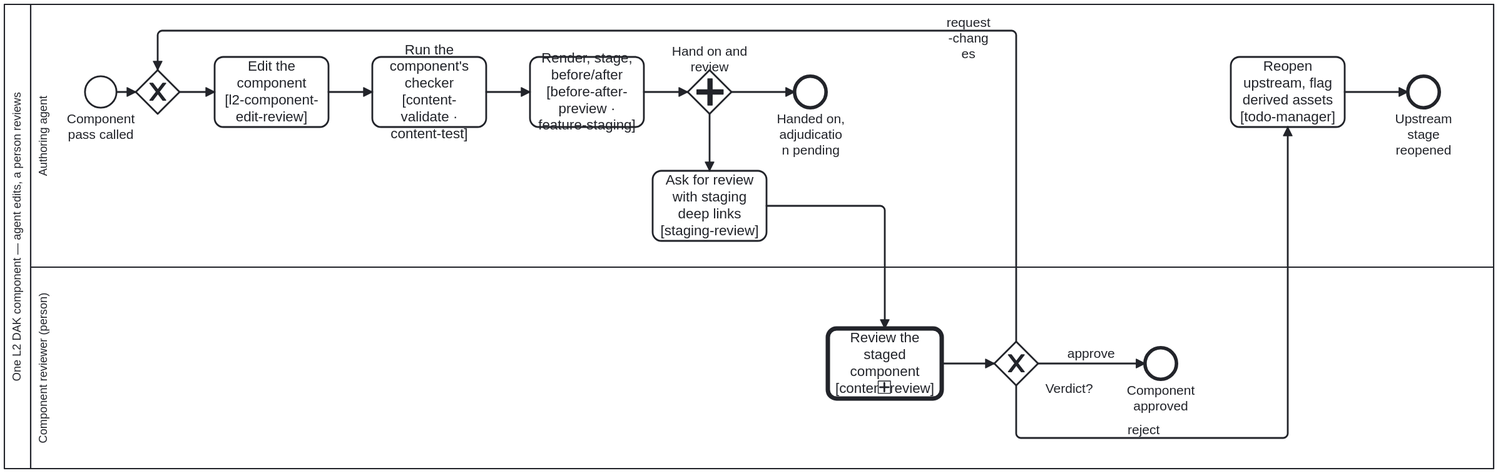
This is smart-base/processes/content/l2-component-edit-review.svg from litlfred/smart-base, a BPMN export, as it was before one commit. Its source is kept beside it as smart-base/processes/content/l2-component-edit-review.bpmn. Ids are renumbered.
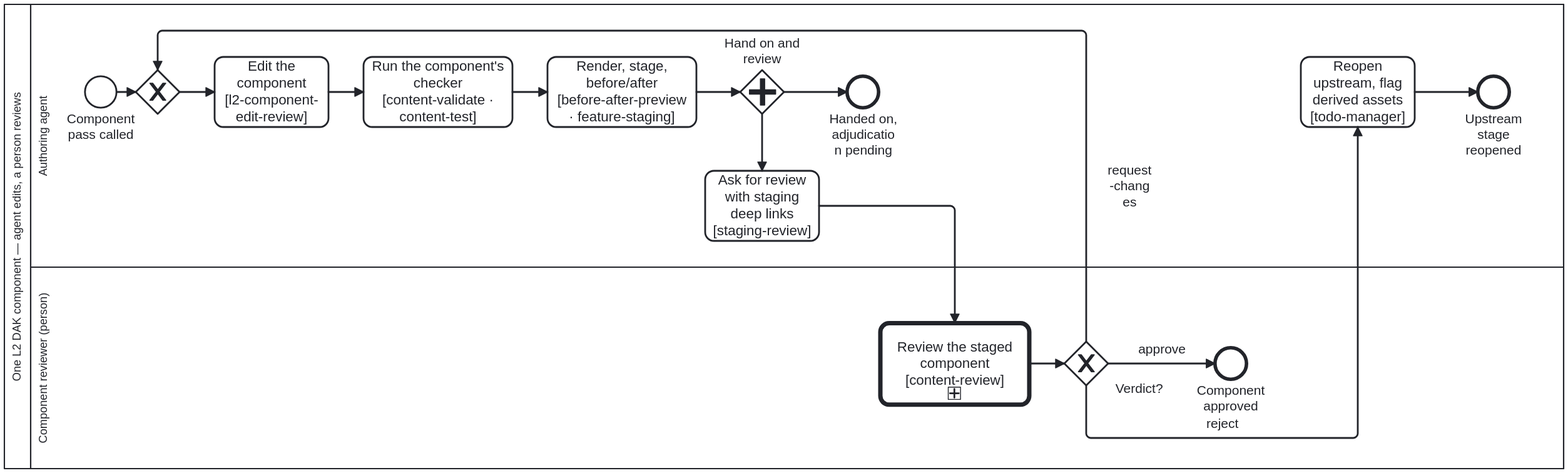
Above is the later version.

The edit, as a diff of the source:
```diff
@@ -168,20 +168,18 @@
   <bpmndi:BPMNDiagram id="BPMNDiagram_L2ComponentEditReview">
     <bpmndi:BPMNPlane id="BPMNPlane_L2ComponentEditReview" bpmnElement="Collaboration_L2ComponentEditReview">
       <bpmndi:BPMNShape id="Participant_L2ComponentEditReview_di" bpmnElement="Participant_L2ComponentEditReview" isHorizontal="true">
-        <dc:Bounds x="160" y="80" width="1700" height="530" />
+        <dc:Bounds x="160" y="80" width="1780" height="530" />
       </bpmndi:BPMNShape>
       <bpmndi:BPMNShape id="Lane_Agent_di" bpmnElement="Lane_Agent" isHorizontal="true">
-        <dc:Bounds x="190" y="80" width="1670" height="300" />
+        <dc:Bounds x="190" y="80" width="1750" height="300" />
       </bpmndi:BPMNShape>
       <bpmndi:BPMNShape id="Lane_Reviewer_di" bpmnElement="Lane_Reviewer" isHorizontal="true">
-        <dc:Bounds x="190" y="380" width="1670" height="230" />
+        <dc:Bounds x="190" y="380" width="1750" height="230" />
       </bpmndi:BPMNShape>
       <bpmndi:BPMNShape id="Start_ComponentPass_di" bpmnElement="Start_ComponentPass">
         <dc:Bounds x="252" y="162" width="36" height="36" />
-        <bpmndi:BPMNLabel>
-          <dc:Bounds x="232" y="202" width="76" height="27" />
-        </bpmndi:BPMNLabel>
-      </bpmndi:BPMNShape>
+
+      <bpmndi:BPMNLabel><dc:Bounds x="229.14" y="202" width="81.72" height="36" /></bpmndi:BPMNLabel></bpmndi:BPMNShape>
       <bpmndi:BPMNShape id="Gateway_Rework_di" bpmnElement="Gateway_Rework" isMarkerVisible="true">
         <dc:Bounds x="310" y="155" width="50" height="50" />
       </bpmndi:BPMNShape>
@@ -189,50 +187,48 @@
         <dc:Bounds x="400" y="140" width="130" height="80" />
       </bpmndi:BPMNShape>
       <bpmndi:BPMNShape id="Task_Check_di" bpmnElement="Task_Check">
-        <dc:Bounds x="580" y="140" width="130" height="80" />
+        <dc:Bounds x="570" y="140" width="170" height="80" />
       </bpmndi:BPMNShape>
       <bpmndi:BPMNShape id="Task_RenderStage_di" bpmnElement="Task_RenderStage">
-        <dc:Bounds x="760" y="140" width="130" height="80" />
+        <dc:Bounds x="780" y="140" width="170" height="80" />
       </bpmndi:BPMNShape>
       <bpmndi:BPMNShape id="Gateway_HandOnFork_di" bpmnElement="Gateway_HandOnFork">
-        <dc:Bounds x="940" y="155" width="50" height="50" />
-        <bpmndi:BPMNLabel>
-          <dc:Bounds x="915" y="125" width="100" height="27" />
-        </bpmndi:BPMNLabel>
-      </bpmndi:BPMNShape>
+        <dc:Bounds x="1000" y="155" width="50" height="50" />
+
+      <bpmndi:BPMNLabel><dc:Bounds x="975" y="116" width="100" height="35" /></bpmndi:BPMNLabel></bpmndi:BPMNShape>
       <bpmndi:BPMNShape id="End_HandedOn_di" bpmnElement="End_HandedOn">
-        <dc:Bounds x="1062" y="162" width="36" height="36" />
-        <bpmndi:BPMNLabel>
-          <dc:Bounds x="1025" y="202" width="110" height="40" />
-        </bpmndi:BPMNLabel>
-      </bpmndi:BPMNShape>
+        <dc:Bounds x="1122" y="162" width="36" height="36" />
+
+      <bpmndi:BPMNLabel>
+          <dc:Bounds x="1085" y="202" width="110" height="40" />
+        </bpmndi:BPMNLabel></bpmndi:BPMNShape>
       <bpmndi:BPMNShape id="Task_RequestReview_di" bpmnElement="Task_RequestReview">
-        <dc:Bounds x="900" y="270" width="130" height="80" />
+        <dc:Bounds x="960" y="270" width="130" height="80" />
       </bpmndi:BPMNShape>
       <bpmndi:BPMNShape id="Task_ReopenUpstream_di" bpmnElement="Task_ReopenUpstream">
-        <dc:Bounds x="1560" y="140" width="130" height="80" />
+        <dc:Bounds x="1640" y="140" width="130" height="80" />
       </bpmndi:BPMNShape>
       <bpmndi:BPMNShape id="End_Reopened_di" bpmnElement="End_Reopened">
-        <dc:Bounds x="1762" y="162" width="36" height="36" />
-        <bpmndi:BPMNLabel>
-          <dc:Bounds x="1730" y="202" width="100" height="27" />
-        </bpmndi:BPMNLabel>
-      </bpmndi:BPMNShape>
+        <dc:Bounds x="1842" y="162" width="36" height="36" />
+
+      <bpmndi:BPMNLabel>
+          <dc:Bounds x="1810" y="202" width="100" height="27" />
+        </bpmndi:BPMNLabel></bpmndi:BPMNShape>
       <bpmndi:BPMNShape id="Call_Review_di" bpmnElement="Call_Review">
-        <dc:Bounds x="1100" y="450" width="130" height="80" />
+        <dc:Bounds x="1160" y="443.5" width="170" height="93" />
       </bpmndi:BPMNShape>
       <bpmndi:BPMNShape id="Gateway_Verdict_di" bpmnElement="Gateway_Verdict" isMarkerVisible="true">
-        <dc:Bounds x="1290" y="465" width="50" height="50" />
-        <bpmndi:BPMNLabel>
-          <dc:Bounds x="1345" y="510" width="60" height="14" />
-        </bpmndi:BPMNLabel>
-      </bpmndi:BPMNShape>
+        <dc:Bounds x="1370" y="465" width="50" height="50" />
+
+      <bpmndi:BPMNLabel>
+          <dc:Bounds x="1425" y="510" width="60" height="14" />
+        </bpmndi:BPMNLabel></bpmndi:BPMNShape>
       <bpmndi:BPMNShape id="End_Approved_di" bpmnElement="End_Approved">
-        <dc:Bounds x="1462" y="472" width="36" height="36" />
-        <bpmndi:BPMNLabel>
-          <dc:Bounds x="1430" y="512" width="100" height="27" />
-        </bpmndi:BPMNLabel>
-      </bpmndi:BPMNShape>
+        <dc:Bounds x="1542" y="472" width="36" height="36" />
+
+      <bpmndi:BPMNLabel>
+          <dc:Bounds x="1510" y="512" width="100" height="27" />
+        </bpmndi:BPMNLabel></bpmndi:BPMNShape>
       <bpmndi:BPMNEdge id="R01_di" bpmnElement="R01">
         <di:waypoint x="288" y="180" />
         <di:waypoint x="310" y="180" />
@@ -243,61 +239,53 @@
       </bpmndi:BPMNEdge>
       <bpmndi:BPMNEdge id="R03_di" bpmnElement="R03">
         <di:waypoint x="530" y="180" />
-        <di:waypoint x="580" y="180" />
+        <di:waypoint x="570" y="180" />
       </bpmndi:BPMNEdge>
       <bpmndi:BPMNEdge id="R04_di" bpmnElement="R04">
-        <di:waypoint x="710" y="180" />
-        <di:waypoint x="760" y="180" />
+        <di:waypoint x="740" y="180" />
+        <di:waypoint x="780" y="180" />
       </bpmndi:BPMNEdge>
       <bpmndi:BPMNEdge id="R05_di" bpmnElement="R05">
-        <di:waypoint x="890" y="180" />
-        <di:waypoint x="940" y="180" />
+        <di:waypoint x="950" y="180" />
+        <di:waypoint x="1000" y="180" />
       </bpmndi:BPMNEdge>
       <bpmndi:BPMNEdge id="R06_di" bpmnElement="R06">
-        <di:waypoint x="990" y="180" />
-        <di:waypoint x="1062" y="180" />
+        <di:waypoint x="1050" y="180" />
+        <di:waypoint x="1122" y="180" />
       </bpmndi:BPMNEdge>
       <bpmndi:BPMNEdge id="R07_di" bpmnElement="R07">
-        <di:waypoint x="965" y="205" />
-        <di:waypoint x="965" y="270" />
+        <di:waypoint x="1025" y="205" />
+        <di:waypoint x="1025" y="270" />
       </bpmndi:BPMNEdge>
       <bpmndi:BPMNEdge id="R08_di" bpmnElement="R08">
-        <di:waypoint x="1030" y="310" />
-        <di:waypoint x="1165" y="310" />
-        <di:waypoint x="1165" y="450" />
+        <di:waypoint x="1090" y="310" />
+        <di:waypoint x="1245" y="310" />
+        <di:waypoint x="1245" y="443.5" />
       </bpmndi:BPMNEdge>
       <bpmndi:BPMNEdge id="R09_di" bpmnElement="R09">
-        <di:waypoint x="1230" y="490" />
-        <di:waypoint x="1290" y="490" />
+        <di:waypoint x="1330" y="490" />
+        <di:waypoint x="1370" y="490" />
       </bpmndi:BPMNEdge>
       <bpmndi:BPMNEdge id="R10_di" bpmnElement="R10">
-        <di:waypoint x="1340" y="490" />
-        <di:waypoint x="1462" y="490" />
-        <bpmndi:BPMNLabel>
-          <dc:Bounds x="1375" y="470" width="50" height="14" />
-        </bpmndi:BPMNLabel>
+        <di:waypoint x="1420" y="490" />
+        <di:waypoint x="1542" y="490" />
       </bpmndi:BPMNEdge>
       <bpmndi:BPMNEdge id="R11_di" bpmnElement="R11">
-        <di:waypoint x="1315" y="465" />
-        <di:waypoint x="1315" y="110" />
+        <di:waypoint x="1395" y="465" />
+        <di:waypoint x="1395" y="110" />
         <di:waypoint x="335" y="110" />
         <di:waypoint x="335" y="155" />
-        <bpmndi:BPMNLabel>
-          <dc:Bounds x="1210" y="92" width="100" height="14" />
-        </bpmndi:BPMNLabel>
+        <bpmndi:BPMNLabel><dc:Bounds x="1399" y="261" width="90" height="53" /></bpmndi:BPMNLabel>
       </bpmndi:BPMNEdge>
       <bpmndi:BPMNEdge id="R12_di" bpmnElement="R12">
-        <di:waypoint x="1315" y="515" />
-        <di:waypoint x="1315" y="575" />
-        <di:waypoint x="1625" y="575" />
-        <di:waypoint x="1625" y="220" />
-        <bpmndi:BPMNLabel>
-          <dc:Bounds x="1440" y="557" width="40" height="14" />
-        </bpmndi:BPMNLabel>
+        <di:waypoint x="1395" y="515" />
+        <di:waypoint x="1395" y="575" />
+        <di:waypoint x="1705" y="575" />
+        <di:waypoint x="1705" y="220" />
       </bpmndi:BPMNEdge>
       <bpmndi:BPMNEdge id="R13_di" bpmnElement="R13">
-        <di:waypoint x="1690" y="180" />
-        <di:waypoint x="1762" y="180" />
+        <di:waypoint x="1770" y="180" />
+        <di:waypoint x="1842" y="180" />
       </bpmndi:BPMNEdge>
     </bpmndi:BPMNPlane>
   </bpmndi:BPMNDiagram>
```
